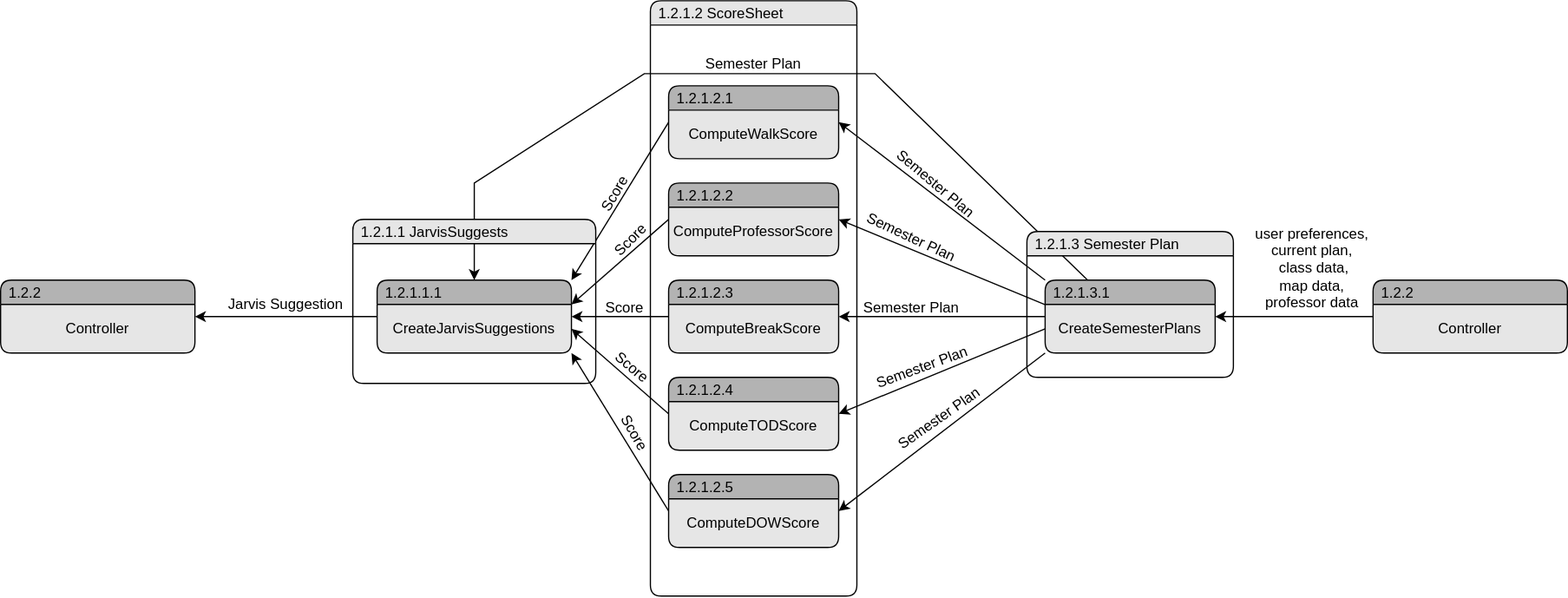
Above: Logic/TeamTwoFiles/AlgorithmDataFlowDiagram.svg in MckennahPalmer/CSE430 (draw.io), before the change. Source tidied: cells renumbered, new cells last; positions are measured from the earlier drawing's top-left corner, leaving out a move shared by most shapes.
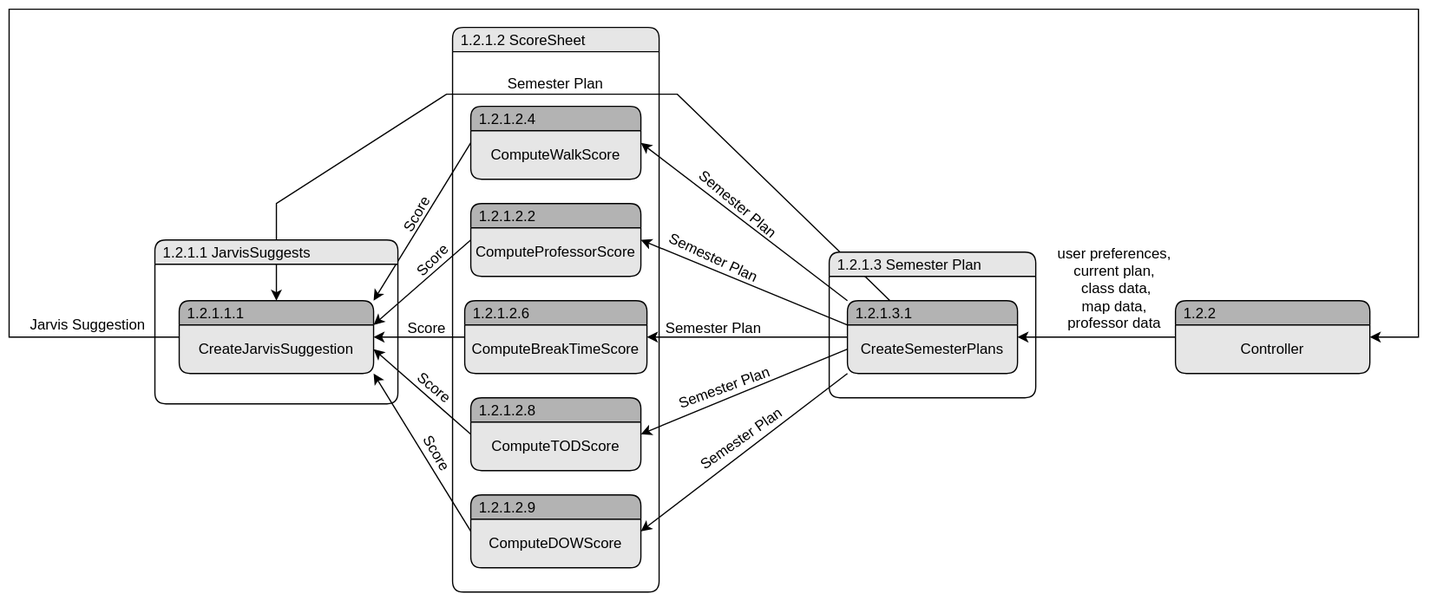
The same file after the commit.

Change to the diagram source:
```diff
@@ -3,9 +3,9 @@
     <mxCell id="0" />
     <mxCell id="1" parent="0" />
     <mxCell id="2" value="1.2.1.2 ScoreSheet" style="swimlane;fontStyle=0;horizontal=1;startSize=20;fillColor=#E6E6E6;swimlaneFillColor=none;rounded=1;spacingLeft=5;align=left;" parent="1" vertex="1">
-      <mxGeometry x="535" width="170" height="490" as="geometry" />
+      <mxGeometry x="535" y="5" width="170" height="465" as="geometry" />
     </mxCell>
-    <mxCell id="3" value="1.2.1.2.1" style="swimlane;fontStyle=0;horizontal=1;startSize=20;fillColor=#B3B3B3;swimlaneFillColor=#E6E6E6;rounded=1;align=left;spacingLeft=5;shadow=0;" parent="1" vertex="1">
+    <mxCell id="3" value="1.2.1.2.4" style="swimlane;fontStyle=0;horizontal=1;startSize=20;fillColor=#B3B3B3;swimlaneFillColor=#E6E6E6;rounded=1;align=left;spacingLeft=5;shadow=0;" parent="1" vertex="1">
       <mxGeometry x="550" y="70" width="140" height="60" as="geometry" />
     </mxCell>
     <mxCell id="4" value="ComputeWalkScore" style="text;html=1;strokeColor=none;fillColor=none;align=center;verticalAlign=middle;whiteSpace=wrap;rounded=0;" parent="3" vertex="1">
@@ -23,19 +23,19 @@
     <mxCell id="8" value="ComputeProfessorScore" style="text;html=1;strokeColor=none;fillColor=none;align=center;verticalAlign=middle;whiteSpace=wrap;rounded=0;" parent="7" vertex="1">
       <mxGeometry y="20" width="140" height="40" as="geometry" />
     </mxCell>
-    <mxCell id="9" value="1.2.1.2.3" style="swimlane;fontStyle=0;horizontal=1;startSize=20;fillColor=#B3B3B3;swimlaneFillColor=#E6E6E6;rounded=1;spacingLeft=5;align=left;" parent="1" vertex="1">
-      <mxGeometry x="550" y="230" width="140" height="60" as="geometry" />
+    <mxCell id="9" value="1.2.1.2.6" style="swimlane;fontStyle=0;horizontal=1;startSize=20;fillColor=#B3B3B3;swimlaneFillColor=#E6E6E6;rounded=1;spacingLeft=5;align=left;" parent="1" vertex="1">
+      <mxGeometry x="545" y="230" width="150" height="60" as="geometry" />
     </mxCell>
-    <mxCell id="10" value="ComputeBreakScore" style="text;html=1;strokeColor=none;fillColor=none;align=center;verticalAlign=middle;whiteSpace=wrap;rounded=0;" parent="9" vertex="1">
-      <mxGeometry y="20" width="140" height="40" as="geometry" />
+    <mxCell id="10" value="ComputeBreakTimeScore" style="text;html=1;strokeColor=none;fillColor=none;align=center;verticalAlign=middle;whiteSpace=wrap;rounded=0;" parent="9" vertex="1">
+      <mxGeometry y="20" width="150" height="40" as="geometry" />
     </mxCell>
-    <mxCell id="11" value="1.2.1.2.4" style="swimlane;fontStyle=0;horizontal=1;startSize=20;fillColor=#B3B3B3;swimlaneFillColor=#E6E6E6;rounded=1;spacingLeft=5;align=left;" parent="1" vertex="1">
+    <mxCell id="11" value="1.2.1.2.8" style="swimlane;fontStyle=0;horizontal=1;startSize=20;fillColor=#B3B3B3;swimlaneFillColor=#E6E6E6;rounded=1;spacingLeft=5;align=left;" parent="1" vertex="1">
       <mxGeometry x="550" y="310" width="140" height="60" as="geometry" />
     </mxCell>
     <mxCell id="12" value="ComputeTODScore" style="text;html=1;strokeColor=none;fillColor=none;align=center;verticalAlign=middle;whiteSpace=wrap;rounded=0;" parent="11" vertex="1">
       <mxGeometry y="20" width="140" height="40" as="geometry" />
     </mxCell>
-    <mxCell id="13" value="1.2.1.2.5" style="swimlane;fontStyle=0;horizontal=1;startSize=20;fillColor=#B3B3B3;swimlaneFillColor=#E6E6E6;rounded=1;spacingLeft=5;align=left;" parent="1" vertex="1">
+    <mxCell id="13" value="1.2.1.2.9" style="swimlane;fontStyle=0;horizontal=1;startSize=20;fillColor=#B3B3B3;swimlaneFillColor=#E6E6E6;rounded=1;spacingLeft=5;align=left;" parent="1" vertex="1">
       <mxGeometry x="550" y="390" width="140" height="60" as="geometry" />
     </mxCell>
     <mxCell id="14" value="ComputeDOWScore" style="text;html=1;strokeColor=none;fillColor=none;align=center;verticalAlign=middle;whiteSpace=wrap;rounded=0;" parent="13" vertex="1">
@@ -77,8 +77,15 @@
         <mxPoint x="470" y="290" as="targetPoint" />
       </mxGeometry>
     </mxCell>
-    <mxCell id="25" style="endArrow=classic;html=1;rounded=0;entryX=1;entryY=0.25;entryDx=0;entryDy=0;exitX=0;exitY=0.25;exitDx=0;exitDy=0;" parent="1" edge="1" source="42" target="39">
-      <mxGeometry relative="1" as="geometry" />
+    <mxCell id="25" style="endArrow=classic;html=1;rounded=0;entryX=1;entryY=0.25;entryDx=0;entryDy=0;exitX=0;exitY=0.25;exitDx=0;exitDy=0;" parent="1" edge="1" source="42" target="48">
+      <mxGeometry relative="1" as="geometry">
+        <Array as="points">
+          <mxPoint x="170" y="260" />
+          <mxPoint x="170" y="-10" />
+          <mxPoint x="1330" y="-10" />
+          <mxPoint x="1330" y="260" />
+        </Array>
+      </mxGeometry>
     </mxCell>
     <mxCell id="26" style="endArrow=classic;html=1;rounded=0;exitX=0.25;exitY=0;exitDx=0;exitDy=0;entryX=0.5;entryY=0;entryDx=0;entryDy=0;" parent="1" edge="1" source="5" target="41">
       <mxGeometry relative="1" as="geometry">
@@ -122,19 +129,13 @@
     <mxCell id="37" value="Semester Plan" style="text;html=1;strokeColor=none;fillColor=none;align=center;verticalAlign=middle;whiteSpace=wrap;rounded=0;rotation=0;" parent="1" vertex="1">
       <mxGeometry x="700" y="238" width="100" height="30" as="geometry" />
     </mxCell>
-    <mxCell id="38" value="1.2.2" style="swimlane;fontStyle=0;horizontal=1;startSize=20;fillColor=#B3B3B3;swimlaneFillColor=#E6E6E6;rounded=1;spacingLeft=5;align=left;" parent="1" vertex="1">
-      <mxGeometry y="230" width="160" height="60" as="geometry" />
-    </mxCell>
-    <mxCell id="39" value="Controller" style="text;html=1;strokeColor=none;fillColor=none;align=center;verticalAlign=middle;whiteSpace=wrap;rounded=0;" parent="38" vertex="1">
-      <mxGeometry y="20" width="160" height="40" as="geometry" />
-    </mxCell>
     <mxCell id="40" value="Jarvis Suggestion" style="text;html=1;strokeColor=none;fillColor=none;align=center;verticalAlign=middle;whiteSpace=wrap;rounded=0;" parent="1" vertex="1">
       <mxGeometry x="180" y="235" width="110" height="30" as="geometry" />
     </mxCell>
     <mxCell id="41" value="1.2.1.1.1" style="swimlane;fontStyle=0;horizontal=1;startSize=20;fillColor=#B3B3B3;swimlaneFillColor=#E6E6E6;rounded=1;spacingLeft=5;align=left;" parent="1" vertex="1">
       <mxGeometry x="310" y="230" width="160" height="60" as="geometry" />
     </mxCell>
-    <mxCell id="42" value="CreateJarvisSuggestions" style="text;html=1;strokeColor=none;fillColor=none;align=center;verticalAlign=middle;whiteSpace=wrap;rounded=0;" parent="41" vertex="1">
+    <mxCell id="42" value="CreateJarvisSuggestion" style="text;html=1;strokeColor=none;fillColor=none;align=center;verticalAlign=middle;whiteSpace=wrap;rounded=0;" parent="41" vertex="1">
       <mxGeometry y="20" width="160" height="40" as="geometry" />
     </mxCell>
     <mxCell id="43" value="user preferences,&lt;br&gt;current plan,&lt;br&gt;&amp;nbsp;class data,&lt;br&gt;map data, professor data" style="text;html=1;strokeColor=none;fillColor=none;align=center;verticalAlign=middle;whiteSpace=wrap;rounded=0;fontFamily=Helvetica;" parent="1" vertex="1">
```
